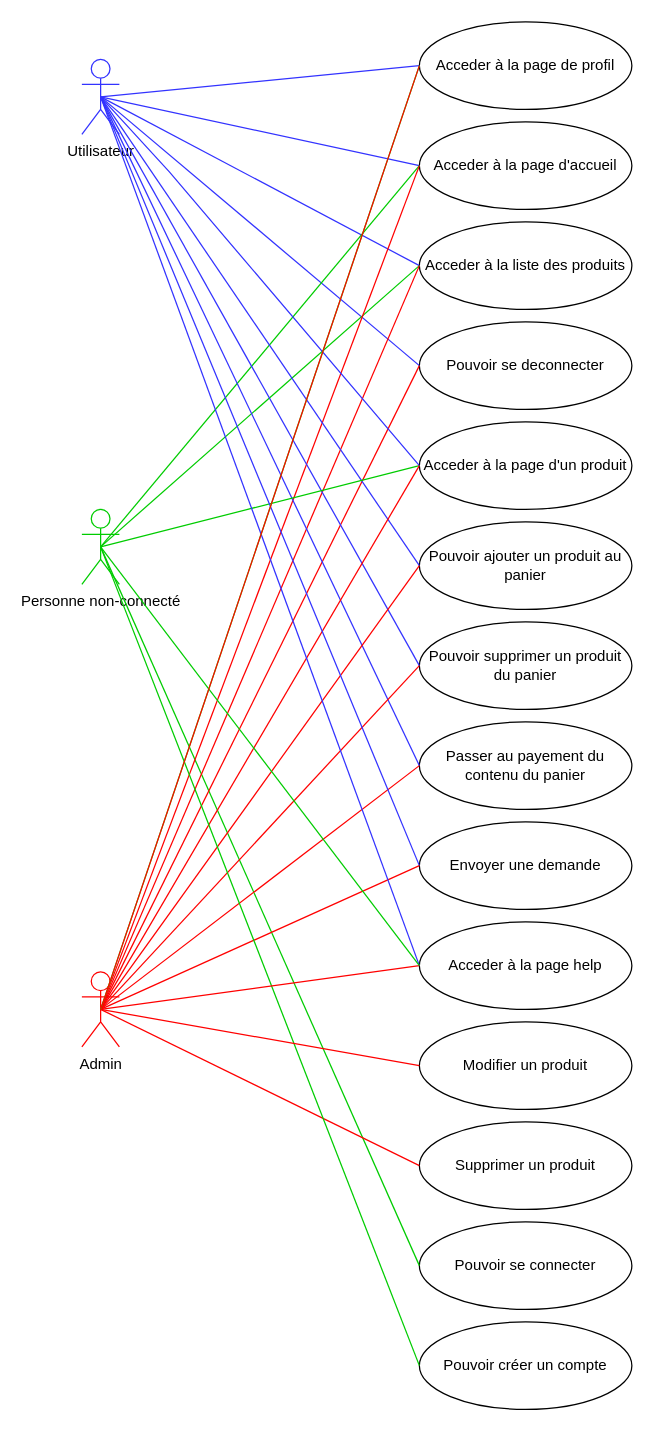
This is Documentation/Annexe/Usecase.drawio from AlexMargotCPNV/Mouse-to-House-BDD, a draw.io file, before an edit. Source tidied: cells renumbered, new cells numbered last; positions are measured from the earlier drawing's top-left corner, leaving out a move shared by most shapes. Both pictures are drawn from the tidied source at 125%, with x=0, y=0 at pixel (81, 21).
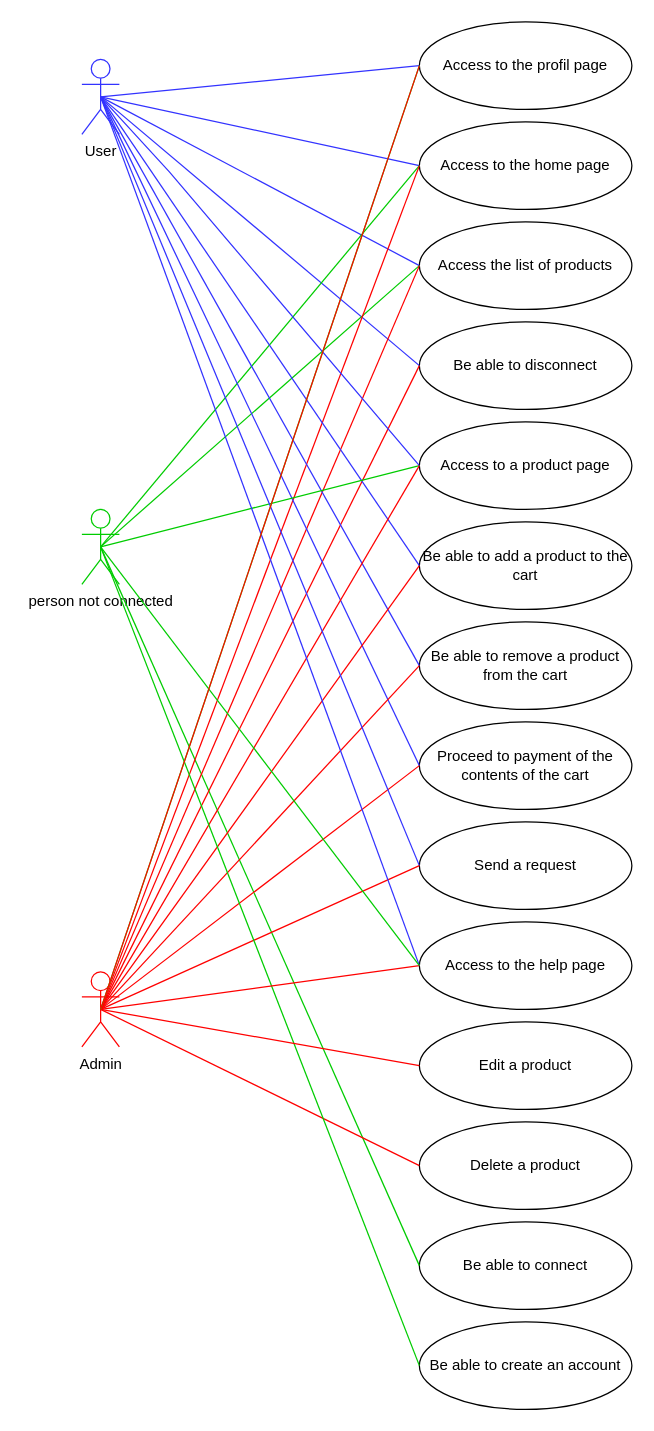
After the change.

Commit message (it also covers changes not shown here):
Traduction of the usecases

Diff of the diagram source:
```diff
@@
-    <mxCell id="2" value="Utilisateur" style="shape=umlActor;verticalLabelPosition=bottom;verticalAlign=top;html=1;outlineConnect=0;fillColor=#FFFFFF;strokeColor=#3333FF;" parent="1" vertex="1">
+    <mxCell id="2" value="User" style="shape=umlActor;verticalLabelPosition=bottom;verticalAlign=top;html=1;outlineConnect=0;fillColor=#FFFFFF;strokeColor=#3333FF;" parent="1" vertex="1">
       <mxGeometry y="30" width="30" height="60" as="geometry" />
     </mxCell>
-    <mxCell id="3" value="Acceder à la page d'accueil" style="ellipse;whiteSpace=wrap;html=1;" parent="1" vertex="1">
+    <mxCell id="3" value="Access to the home page" style="ellipse;whiteSpace=wrap;html=1;" parent="1" vertex="1">
       <mxGeometry x="270" y="80" width="170" height="70" as="geometry" />
     </mxCell>
-    <mxCell id="4" value="Acceder à la liste des produits" style="ellipse;whiteSpace=wrap;html=1;" parent="1" vertex="1">
+    <mxCell id="4" value="Access the list of products" style="ellipse;whiteSpace=wrap;html=1;" parent="1" vertex="1">
       <mxGeometry x="270" y="160" width="170" height="70" as="geometry" />
     </mxCell>
-    <mxCell id="5" value="Pouvoir se deconnecter" style="ellipse;whiteSpace=wrap;html=1;" parent="1" vertex="1">
+    <mxCell id="5" value="Be able to disconnect" style="ellipse;whiteSpace=wrap;html=1;" parent="1" vertex="1">
       <mxGeometry x="270" y="240" width="170" height="70" as="geometry" />
     </mxCell>
@@
-    <mxCell id="9" value="Personne non-connecté" style="shape=umlActor;verticalLabelPosition=bottom;verticalAlign=top;html=1;outlineConnect=0;strokeColor=#00CC00;" parent="1" vertex="1">
+    <mxCell id="9" value="person not connected" style="shape=umlActor;verticalLabelPosition=bottom;verticalAlign=top;html=1;outlineConnect=0;strokeColor=#00CC00;" parent="1" vertex="1">
       <mxGeometry y="390" width="30" height="60" as="geometry" />
     </mxCell>
-    <mxCell id="10" value="Pouvoir se connecter" style="ellipse;whiteSpace=wrap;html=1;" parent="1" vertex="1">
+    <mxCell id="10" value="Be able to connect" style="ellipse;whiteSpace=wrap;html=1;" parent="1" vertex="1">
       <mxGeometry x="270" y="960" width="170" height="70" as="geometry" />
     </mxCell>
@@
-    <mxCell id="18" value="Pouvoir ajouter un produit au panier" style="ellipse;whiteSpace=wrap;html=1;" parent="1" vertex="1">
+    <mxCell id="18" value="Be able to add a product to the cart" style="ellipse;whiteSpace=wrap;html=1;" parent="1" vertex="1">
       <mxGeometry x="270" y="400" width="170" height="70" as="geometry" />
     </mxCell>
-    <mxCell id="19" value="Pouvoir supprimer un produit du panier" style="ellipse;whiteSpace=wrap;html=1;" parent="1" vertex="1">
+    <mxCell id="19" value="Be able to remove a product from the cart" style="ellipse;whiteSpace=wrap;html=1;" parent="1" vertex="1">
       <mxGeometry x="270" y="480" width="170" height="70" as="geometry" />
     </mxCell>
@@
-    <mxCell id="22" value="Passer au payement du contenu du panier" style="ellipse;whiteSpace=wrap;html=1;" parent="1" vertex="1">
+    <mxCell id="22" value="Proceed to payment of the contents of the cart" style="ellipse;whiteSpace=wrap;html=1;" parent="1" vertex="1">
       <mxGeometry x="270" y="560" width="170" height="70" as="geometry" />
     </mxCell>
@@
-    <mxCell id="24" value="Supprimer un produit" style="ellipse;whiteSpace=wrap;html=1;" parent="1" vertex="1">
+    <mxCell id="24" value="Delete a product" style="ellipse;whiteSpace=wrap;html=1;" parent="1" vertex="1">
       <mxGeometry x="270" y="880" width="170" height="70" as="geometry" />
     </mxCell>
@@
-    <mxCell id="29" value="Acceder à la page d'un produit" style="ellipse;whiteSpace=wrap;html=1;" parent="1" vertex="1">
+    <mxCell id="29" value="Access to a product page" style="ellipse;whiteSpace=wrap;html=1;" parent="1" vertex="1">
       <mxGeometry x="270" y="320" width="170" height="70" as="geometry" />
     </mxCell>
@@
-    <mxCell id="33" value="Envoyer une demande" style="ellipse;whiteSpace=wrap;html=1;" parent="1" vertex="1">
+    <mxCell id="33" value="Send a request" style="ellipse;whiteSpace=wrap;html=1;" parent="1" vertex="1">
       <mxGeometry x="270" y="640" width="170" height="70" as="geometry" />
     </mxCell>
@@
-    <mxCell id="36" value="Pouvoir créer un compte" style="ellipse;whiteSpace=wrap;html=1;" parent="1" vertex="1">
+    <mxCell id="36" value="Be able to create an account" style="ellipse;whiteSpace=wrap;html=1;" parent="1" vertex="1">
       <mxGeometry x="270" y="1040" width="170" height="70" as="geometry" />
     </mxCell>
@@
-    <mxCell id="38" value="Acceder à la page help" style="ellipse;whiteSpace=wrap;html=1;" parent="1" vertex="1">
+    <mxCell id="38" value="Access to the help page" style="ellipse;whiteSpace=wrap;html=1;" parent="1" vertex="1">
       <mxGeometry x="270" y="720" width="170" height="70" as="geometry" />
     </mxCell>
@@
-    <mxCell id="42" value="Modifier un produit" style="ellipse;whiteSpace=wrap;html=1;" parent="1" vertex="1">
+    <mxCell id="42" value="Edit a product" style="ellipse;whiteSpace=wrap;html=1;" parent="1" vertex="1">
       <mxGeometry x="270" y="800" width="170" height="70" as="geometry" />
     </mxCell>
@@
-    <mxCell id="44" value="Acceder à la page de profil" style="ellipse;whiteSpace=wrap;html=1;" parent="1" vertex="1">
+    <mxCell id="44" value="Access to the profil page" style="ellipse;whiteSpace=wrap;html=1;" parent="1" vertex="1">
       <mxGeometry x="270" width="170" height="70" as="geometry" />
     </mxCell>
```
